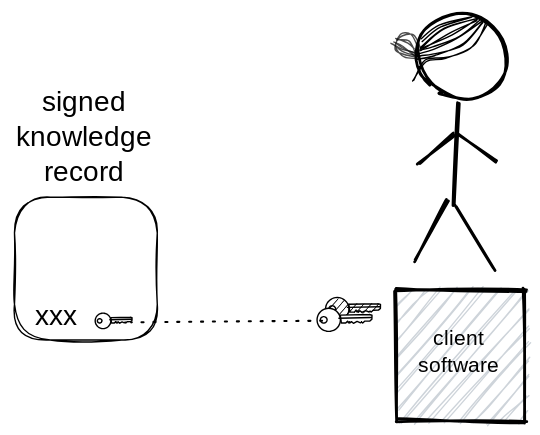
This is images/signed.svg from tkuhn/knowledge-space, a Excalidraw export, as it was before one commit. Source tidied: one line per element, renumbered; positions are measured from the earlier drawing's top-left corner, leaving out a move shared by most shapes.
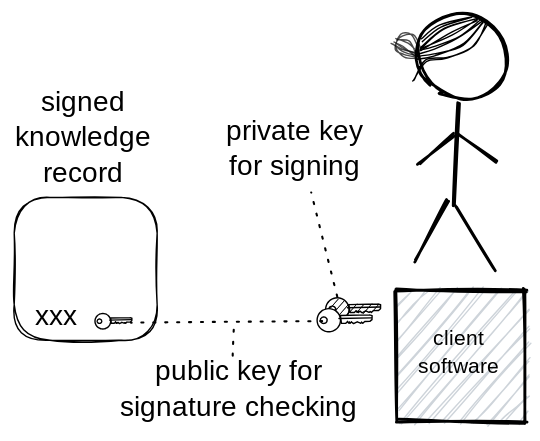
After the change.

Change to the diagram source:
```diff
@@ -32,3 +32,7 @@
 {"id": 31, "type": "line", "strokeColor": "#000000", "backgroundColor": "#000000", "fillStyle": "solid", "strokeWidth": 1, "roughness": 0, "x": 68, "y": 218, "width": 16, "height": 0, "points": [[0, 0], [16, 0]]}
 {"id": 32, "type": "text", "text": "signed\nknowledge\nrecord", "strokeColor": "#000000", "backgroundColor": "#ffffff", "fillStyle": "hachure", "strokeWidth": 1, "roughness": 1, "fontSize": 20, "fontFamily": 1, "textAlign": "center", "x": 4, "y": 50, "width": 91, "height": 76}
 {"id": 33, "type": "arrow", "strokeColor": "#000000", "strokeWidth": 1, "strokeStyle": "dotted", "roughness": 1, "from": 23, "to": 28, "x": 219, "y": 219, "width": 134, "height": 2, "points": [[0, 0], [-134, 2]]}
+{"id": 34, "type": "arrow", "strokeColor": "#000000", "strokeWidth": 1, "strokeStyle": "dotted", "roughness": 1, "from": 35, "x": 156, "y": 244, "width": 2, "height": 23, "points": [[0, 0], [2, -23]]}
+{"id": 35, "type": "text", "text": "public key for\nsignature checking", "strokeColor": "#000000", "backgroundColor": "#000", "fillStyle": "hachure", "strokeWidth": 1, "roughness": 1, "fontSize": 20, "fontFamily": 1, "textAlign": "center", "x": 73, "y": 244, "width": 176, "height": 51}
+{"id": 36, "type": "text", "text": "private key\nfor signing", "strokeColor": "#000000", "backgroundColor": "#000", "fillStyle": "hachure", "strokeWidth": 1, "roughness": 1, "fontSize": 20, "fontFamily": 1, "textAlign": "center", "x": 146, "y": 72, "width": 109, "height": 51}
+{"id": 37, "type": "arrow", "strokeColor": "#000000", "strokeWidth": 1, "strokeStyle": "dotted", "roughness": 1, "from": 22, "to": 36, "x": 230, "y": 201, "width": 18, "height": 75, "points": [[0, 0], [-18, -75]]}
```
